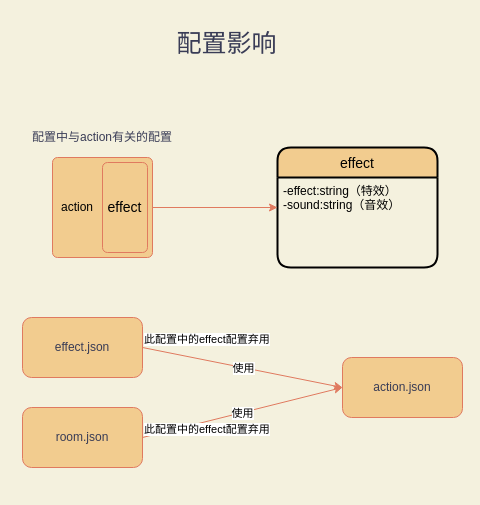
The draw.io diagram action.drawio in itrookie-sky/diagrams, before the edit. Source tidied: cells renumbered, new cells numbered last; positions are measured from the earlier drawing's top-left corner, leaving out a move shared by most shapes. Both pictures are drawn from the tidied source at 100%, with x=0, y=0 at pixel (22, 17).
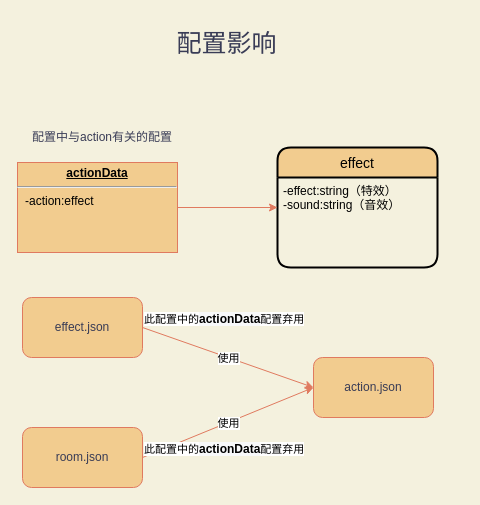
The same diagram, later.

Change to the diagram source:
```diff
@@
 <mxGraphModel background="#F4F1DE">
   <root>
     <mxCell id="0" />
     <mxCell id="1" parent="0" />
     <mxCell id="2" value="&lt;span style=&quot;font-size: 25px&quot;&gt;配置影响&lt;/span&gt;" style="text;html=1;strokeColor=none;fillColor=none;align=center;verticalAlign=middle;whiteSpace=wrap;rounded=0;sketch=0;fontColor=#393C56;" parent="1" vertex="1">
       <mxGeometry x="118" width="173" height="50" as="geometry" />
     </mxCell>
     <mxCell id="3" value="effect.json" style="rounded=1;whiteSpace=wrap;html=1;sketch=0;strokeColor=#E07A5F;fillColor=#F2CC8F;fontColor=#393C56;" parent="1" vertex="1">
-      <mxGeometry y="300" width="120" height="60" as="geometry" />
+      <mxGeometry y="280" width="120" height="60" as="geometry" />
     </mxCell>
     <mxCell id="4" value="room.json" style="rounded=1;whiteSpace=wrap;html=1;sketch=0;strokeColor=#E07A5F;fillColor=#F2CC8F;fontColor=#393C56;" parent="1" vertex="1">
-      <mxGeometry y="390" width="120" height="60" as="geometry" />
+      <mxGeometry y="410" width="120" height="60" as="geometry" />
     </mxCell>
     <mxCell id="5" value="action.json" style="rounded=1;whiteSpace=wrap;html=1;sketch=0;strokeColor=#E07A5F;fillColor=#F2CC8F;fontColor=#393C56;" parent="1" vertex="1">
-      <mxGeometry x="320" y="340" width="120" height="60" as="geometry" />
+      <mxGeometry x="291" y="340" width="120" height="60" as="geometry" />
     </mxCell>
     <mxCell id="6" value="effect" style="swimlane;horizontal=1;startSize=30;rounded=1;fontSize=14;fontStyle=0;strokeWidth=2;shadow=0;dashed=0;align=center;sketch=0;fillColor=#F2CC8F;" parent="1" vertex="1">
       <mxGeometry x="255" y="130" width="160" height="120" as="geometry" />
     </mxCell>
     <mxCell id="7" value="-effect:string（特效）&#10;-sound:string（音效）" style="align=left;strokeColor=none;fillColor=none;spacingLeft=4;fontSize=12;verticalAlign=top;" parent="6" vertex="1">
       <mxGeometry y="30" width="160" height="90" as="geometry" />
     </mxCell>
-    <mxCell id="8" style="edgeStyle=orthogonalEdgeStyle;curved=0;rounded=1;sketch=0;jettySize=auto;html=1;exitX=1;exitY=0.5;exitDx=0;exitDy=0;entryX=0;entryY=0.5;entryDx=0;entryDy=0;strokeColor=#E07A5F;fillColor=#F2CC8F;fontColor=#393C56;" parent="1" edge="1" source="9" target="6">
+    <mxCell id="8" style="edgeStyle=orthogonalEdgeStyle;curved=0;rounded=1;sketch=0;jettySize=auto;html=1;entryX=0;entryY=0.5;entryDx=0;entryDy=0;strokeColor=#E07A5F;fillColor=#F2CC8F;fontColor=#393C56;exitX=1;exitY=0.5;exitDx=0;exitDy=0;" parent="1" edge="1" source="19" target="6">
       <mxGeometry relative="1" as="geometry" />
     </mxCell>
-    <mxCell id="9" style="rounded=1;absoluteArcSize=1;html=1;arcSize=10;sketch=0;strokeColor=#E07A5F;fillColor=#F2CC8F;fontColor=#393C56;" parent="1" vertex="1">
-      <mxGeometry x="30" y="140" width="100" height="100" as="geometry" />
-    </mxCell>
-    <mxCell id="10" value="action" style="html=1;shape=mxgraph.er.anchor;whiteSpace=wrap;" parent="9" vertex="1">
-      <mxGeometry width="50" height="100" as="geometry" />
-    </mxCell>
-    <mxCell id="11" value="&lt;span style=&quot;font-size: 14px&quot;&gt;effect&lt;/span&gt;" style="rounded=1;absoluteArcSize=1;html=1;arcSize=10;whiteSpace=wrap;strokeColor=inherit;fillColor=inherit;" parent="9" vertex="1">
-      <mxGeometry x="50" y="5" width="45" height="90" as="geometry" />
-    </mxCell>
-    <mxCell id="12" style="endArrow=classic;html=1;strokeColor=#E07A5F;fillColor=#F2CC8F;fontColor=#393C56;entryX=0;entryY=0.5;entryDx=0;entryDy=0;exitX=1;exitY=0.5;exitDx=0;exitDy=0;" parent="1" edge="1" source="3" target="5">
+    <mxCell id="12" style="endArrow=classic;html=1;strokeColor=#E07A5F;fillColor=#F2CC8F;fontColor=#393C56;exitX=1;exitY=0.5;exitDx=0;exitDy=0;entryX=0;entryY=0.5;entryDx=0;entryDy=0;" parent="1" edge="1" source="3" target="5">
       <mxGeometry relative="1" as="geometry" />
     </mxCell>
     <mxCell id="13" value="使用" style="edgeLabel;html=1;align=center;verticalAlign=middle;" parent="12" vertex="1">
       <mxGeometry relative="1" as="geometry" />
     </mxCell>
-    <mxCell id="14" value="此配置中的effect配置弃用" style="edgeLabel;html=1;align=left;verticalAlign=bottom;" parent="12" vertex="1">
+    <mxCell id="14" value="此配置中的&lt;b style=&quot;font-size: 12px ; text-align: center ; background-color: rgb(248 , 249 , 250)&quot;&gt;actionData&lt;/b&gt;配置弃用" style="edgeLabel;html=1;align=left;verticalAlign=bottom;" parent="12" vertex="1">
       <mxGeometry x="-1" relative="1" as="geometry" />
     </mxCell>
     <mxCell id="15" style="endArrow=classic;html=1;strokeColor=#E07A5F;fillColor=#F2CC8F;fontColor=#393C56;exitX=1;exitY=0.5;exitDx=0;exitDy=0;entryX=0;entryY=0.5;entryDx=0;entryDy=0;" parent="1" edge="1" source="4" target="5">
       <mxGeometry relative="1" as="geometry" />
     </mxCell>
     <mxCell id="16" value="使用" style="edgeLabel;html=1;align=center;verticalAlign=middle;" parent="15" vertex="1">
       <mxGeometry relative="1" as="geometry" />
     </mxCell>
-    <mxCell id="17" value="此配置中的effect配置弃用" style="edgeLabel;html=1;align=left;verticalAlign=bottom;" parent="15" vertex="1">
+    <mxCell id="17" value="此配置中的&lt;b style=&quot;font-size: 12px ; text-align: center ; background-color: rgb(248 , 249 , 250)&quot;&gt;actionData&lt;/b&gt;配置弃用" style="edgeLabel;html=1;align=left;verticalAlign=bottom;" parent="15" vertex="1">
       <mxGeometry x="-1" relative="1" as="geometry" />
     </mxCell>
     <mxCell id="18" value="配置中与action有关的配置" style="text;html=1;strokeColor=none;fillColor=none;align=center;verticalAlign=middle;whiteSpace=wrap;rounded=0;sketch=0;fontColor=#393C56;" parent="1" vertex="1">
       <mxGeometry x="5" y="110" width="150" height="20" as="geometry" />
     </mxCell>
+    <mxCell id="19" value="&lt;p style=&quot;margin: 0px ; margin-top: 4px ; text-align: center ; text-decoration: underline&quot;&gt;&lt;b&gt;actionData&lt;/b&gt;&lt;/p&gt;&lt;hr&gt;&lt;p style=&quot;margin: 0px ; margin-left: 8px&quot;&gt;-action:effect&lt;br&gt;&lt;/p&gt;" style="verticalAlign=top;align=left;overflow=fill;fontSize=12;fontFamily=Helvetica;html=1;rounded=0;sketch=0;strokeColor=#E07A5F;fillColor=#F2CC8F;" parent="1" vertex="1">
+      <mxGeometry x="-5" y="145" width="160" height="90" as="geometry" />
+    </mxCell>
   </root>
 </mxGraphModel>
```
